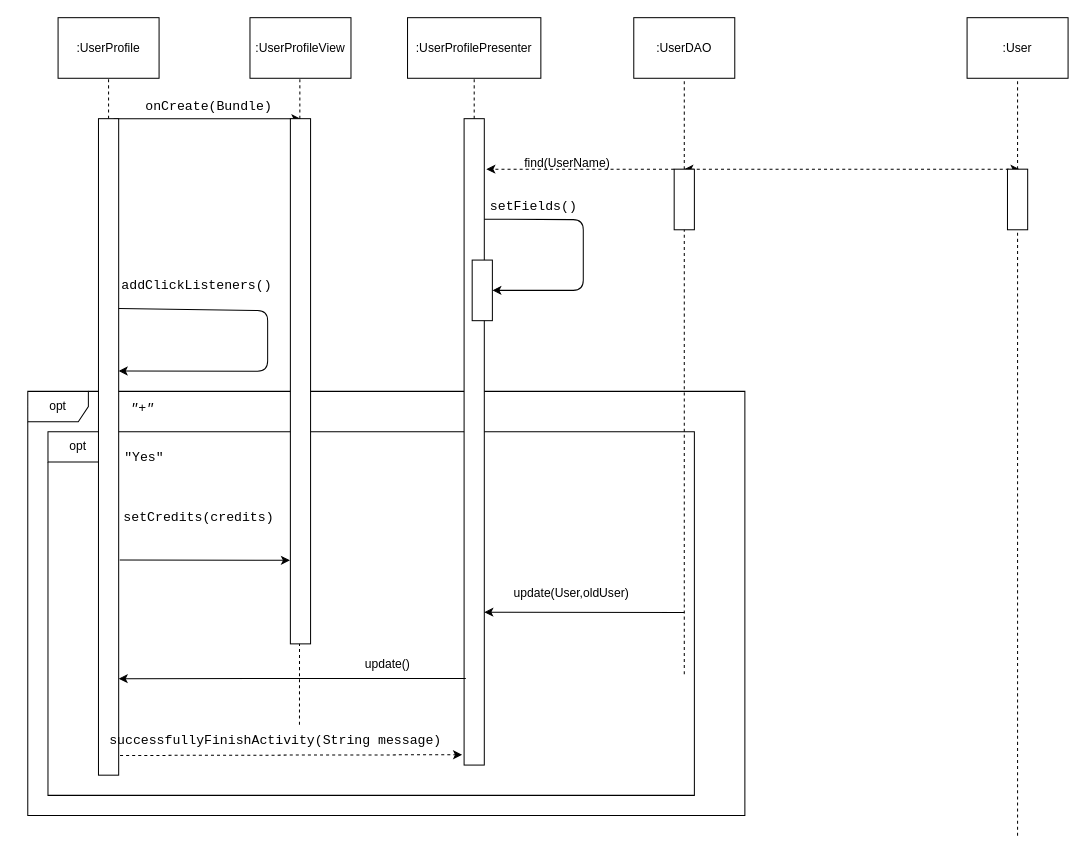
This is R4_Diagrams/Sequence Diagrams/AddCreditsSD.drawio from ntinouldinho/Parking-App, a draw.io file, before an edit. Source tidied: cells renumbered, new cells numbered last; positions are measured from the earlier drawing's top-left corner, leaving out a move shared by most shapes. Both pictures are drawn from the tidied source at 101%, with x=0, y=0 at pixel (27, 17).
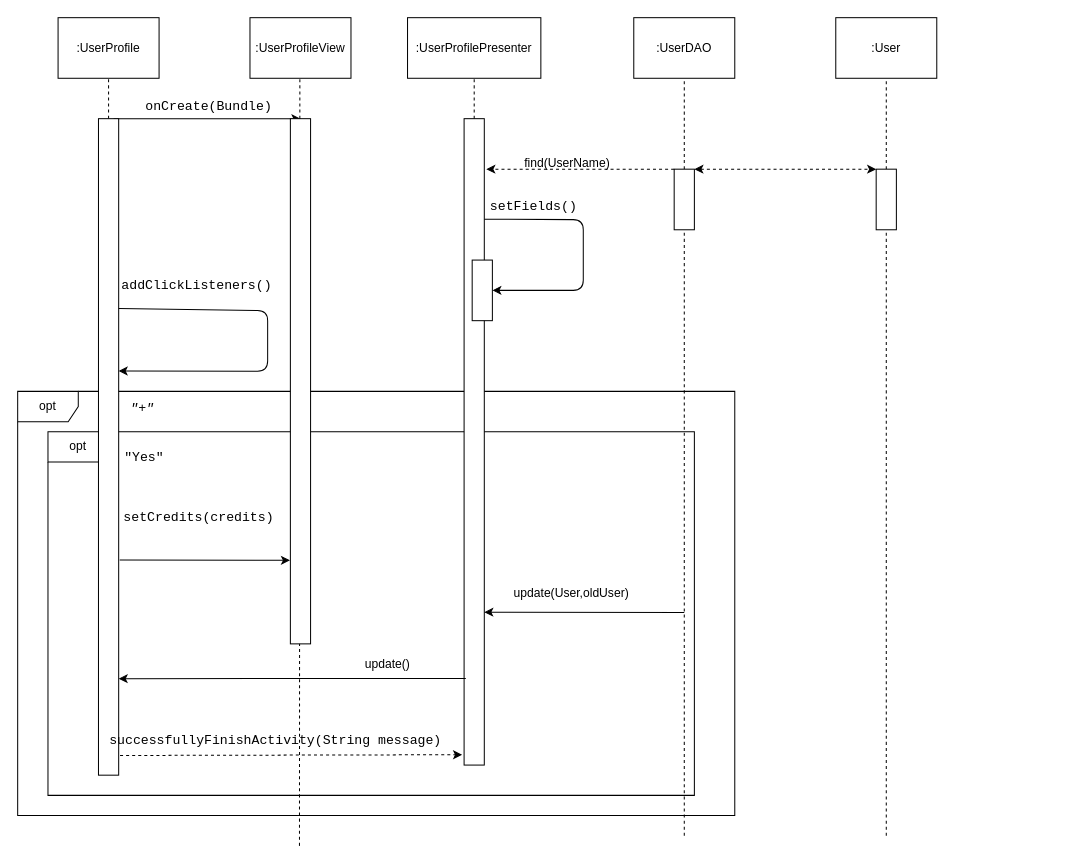
After the change.

The change refers to these unchanged cells:
```xml
<mxCell id="19" style="rounded=0;whiteSpace=wrap;html=1;" parent="1" vertex="1">
  <mxGeometry x="640" y="150" width="20" height="60" as="geometry" />
</mxCell>
```

The edit, as a diff of the source:
```diff
@@
     <mxCell id="2" value="opt" style="shape=umlFrame;whiteSpace=wrap;html=1;" parent="1" vertex="1">
-      <mxGeometry y="370" width="710" height="420" as="geometry" />
+      <mxGeometry x="-10" y="370" width="710" height="420" as="geometry" />
     </mxCell>
@@
     <mxCell id="14" value=":User" style="rounded=0;whiteSpace=wrap;html=1;" parent="1" vertex="1">
-      <mxGeometry x="930" width="100" height="60" as="geometry" />
+      <mxGeometry x="800" width="100" height="60" as="geometry" />
     </mxCell>
@@
-    <mxCell id="18" style="endArrow=classic;startArrow=classic;html=1;dashed=1;exitX=0.5;exitY=0;exitDx=0;exitDy=0;" parent="1" edge="1" source="19">
-      <mxGeometry relative="1" as="geometry">
-        <mxPoint x="982" y="150" as="targetPoint" />
-      </mxGeometry>
+    <mxCell id="18" style="endArrow=classic;startArrow=classic;html=1;dashed=1;exitX=1;exitY=0;exitDx=0;exitDy=0;entryX=0;entryY=0;entryDx=0;entryDy=0;" parent="1" edge="1" source="19" target="27">
+      <mxGeometry relative="1" as="geometry" />
     </mxCell>
@@
     <mxCell id="20" style="endArrow=none;dashed=1;html=1;entryX=0.5;entryY=1;entryDx=0;entryDy=0;" parent="1" edge="1" target="19">
       <mxGeometry relative="1" as="geometry">
-        <mxPoint x="650" y="650" as="sourcePoint" />
+        <mxPoint x="650" y="810" as="sourcePoint" />
       </mxGeometry>
     </mxCell>
@@
     <mxCell id="27" style="rounded=0;whiteSpace=wrap;html=1;" parent="1" vertex="1">
-      <mxGeometry x="970" y="150" width="20" height="60" as="geometry" />
+      <mxGeometry x="840" y="150" width="20" height="60" as="geometry" />
     </mxCell>
     <mxCell id="28" style="endArrow=none;dashed=1;html=1;entryX=0.5;entryY=1;entryDx=0;entryDy=0;" parent="1" edge="1" target="27">
       <mxGeometry relative="1" as="geometry">
-        <mxPoint x="980" y="810" as="sourcePoint" />
+        <mxPoint x="850" y="810" as="sourcePoint" />
       </mxGeometry>
     </mxCell>
@@
     <mxCell id="31" style="endArrow=none;dashed=1;html=1;entryX=0.5;entryY=1;entryDx=0;entryDy=0;" parent="1" edge="1">
       <mxGeometry relative="1" as="geometry">
-        <mxPoint x="269" y="700" as="sourcePoint" />
+        <mxPoint x="269" y="820" as="sourcePoint" />
         <mxPoint x="269.4" y="60" as="targetPoint" />
       </mxGeometry>
     </mxCell>
```
